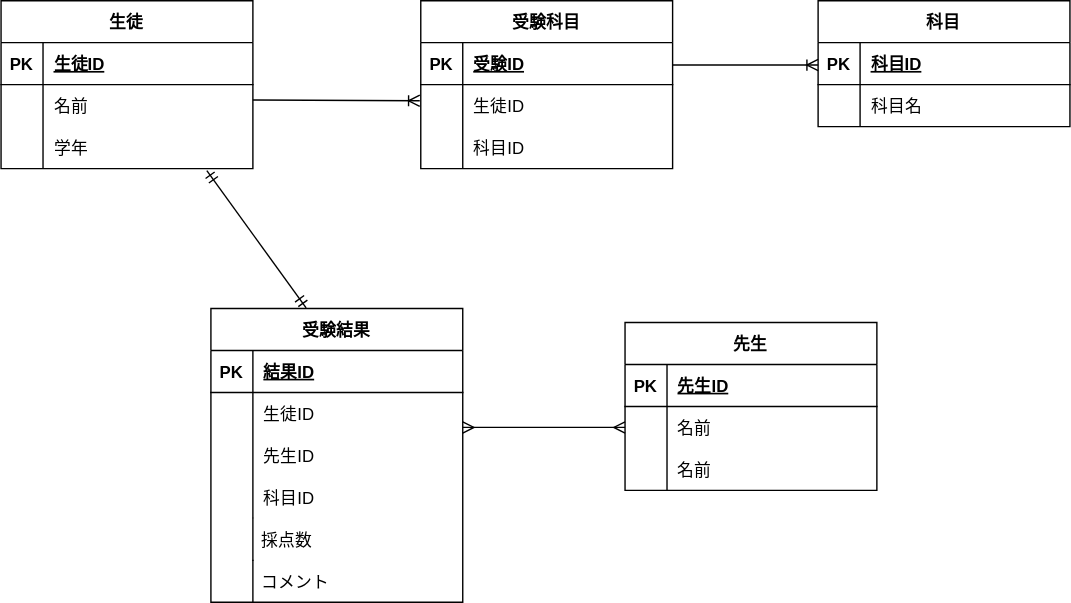
Above: ER.drawio.svg in ohashi3589/20230217_ohashi (draw.io), before the change. Source tidied: cells renumbered, new cells last; positions are measured from the earlier drawing's top-left corner, leaving out a move shared by most shapes.
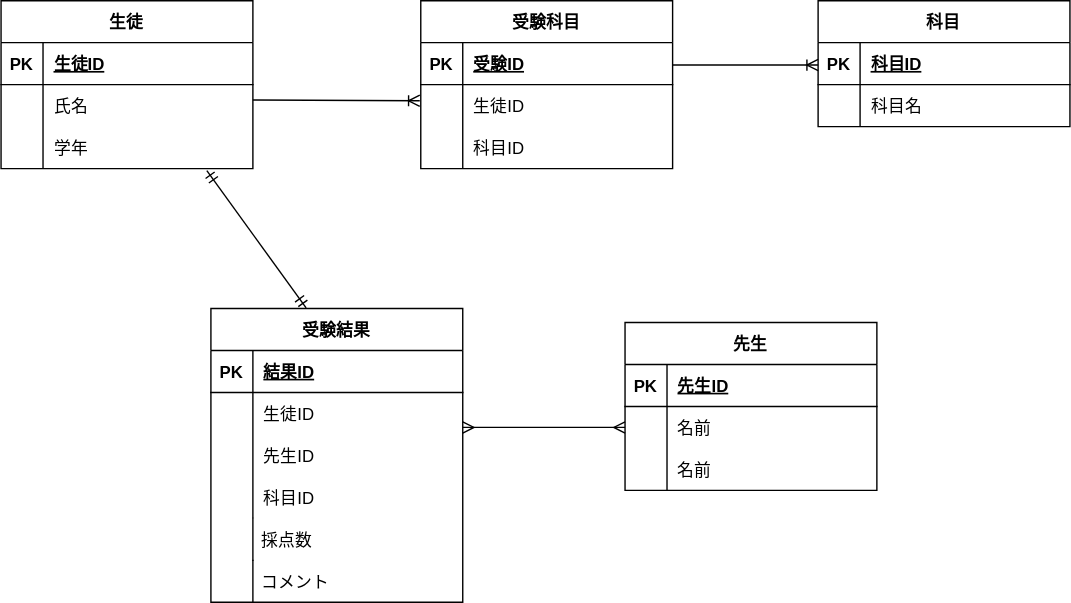
Later version of the same file.

Diff of the diagram source:
```diff
@@ -20,7 +20,7 @@
     <mxCell id="7" style="shape=partialRectangle;fillColor=none;top=0;left=0;bottom=0;right=0;overflow=hidden;" parent="6" vertex="1">
       <mxGeometry width="30" height="30" as="geometry" />
     </mxCell>
-    <mxCell id="8" value="名前" style="shape=partialRectangle;fillColor=none;top=0;left=0;bottom=0;right=0;align=left;spacingLeft=6;overflow=hidden;" parent="6" vertex="1">
+    <mxCell id="8" value="氏名" style="shape=partialRectangle;fillColor=none;top=0;left=0;bottom=0;right=0;align=left;spacingLeft=6;overflow=hidden;" parent="6" vertex="1">
       <mxGeometry x="30" width="150" height="30" as="geometry" />
     </mxCell>
     <mxCell id="9" style="shape=tableRow;horizontal=0;startSize=0;swimlaneHead=0;swimlaneBody=0;fillColor=none;top=0;left=0;right=0;bottom=0;" parent="2" vertex="1">
```
